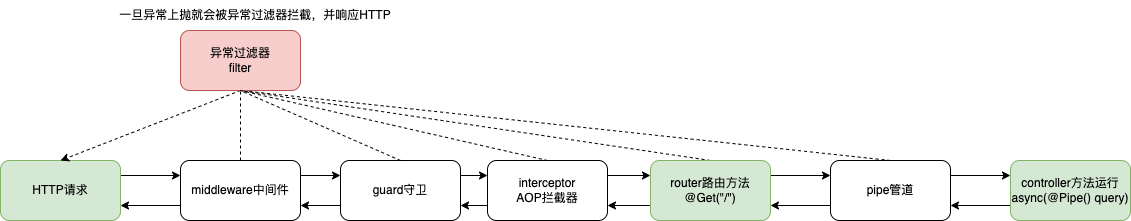
JYbill/draw keeps this draw.io diagram as nest:HTTP请求执行流程.drawio.png. Above is the earlier version. Source tidied: cells renumbered, new cells last; positions are measured from the earlier drawing's top-left corner, leaving out a move shared by most shapes.
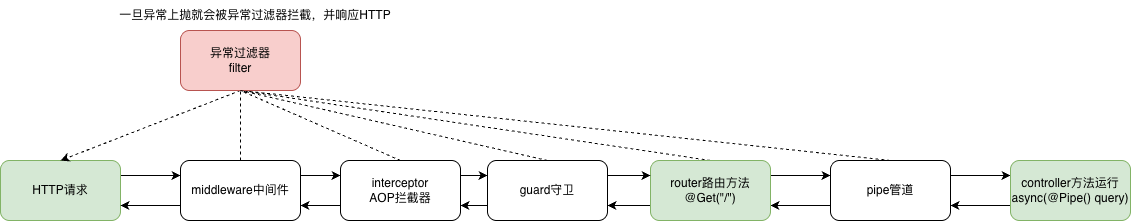
After the change.

Commit message:
更新nest:HTTP请求执行流程.drawio.png

What changed in the source:
```diff
@@ -38,7 +38,7 @@
     <mxCell id="13" style="edgeStyle=orthogonalEdgeStyle;rounded=0;jettySize=auto;html=1;exitX=0;exitY=0.75;exitDx=0;exitDy=0;entryX=1;entryY=0.75;entryDx=0;entryDy=0;" parent="1" edge="1" source="14" target="7">
       <mxGeometry relative="1" as="geometry" />
     </mxCell>
-    <mxCell id="14" value="guard守卫" style="rounded=1;whiteSpace=wrap;html=1;" parent="1" vertex="1">
+    <mxCell id="14" value="interceptor&lt;br&gt;AOP拦截器" style="rounded=1;whiteSpace=wrap;html=1;" parent="1" vertex="1">
       <mxGeometry x="340" y="160" width="120" height="60" as="geometry" />
     </mxCell>
     <mxCell id="15" style="rounded=0;jettySize=auto;html=1;exitX=0.5;exitY=0;exitDx=0;exitDy=0;entryX=0.5;entryY=1;entryDx=0;entryDy=0;dashed=1;endArrow=none;endFill=0;" parent="1" edge="1" source="18" target="20">
@@ -74,7 +74,7 @@
     <mxCell id="25" style="rounded=0;jettySize=auto;html=1;exitX=0.5;exitY=0;exitDx=0;exitDy=0;entryX=0.5;entryY=1;entryDx=0;entryDy=0;endArrow=none;endFill=0;dashed=1;" parent="1" edge="1" source="26" target="20">
       <mxGeometry relative="1" as="geometry" />
     </mxCell>
-    <mxCell id="26" value="interceptor &lt;br&gt;AOP拦截器" style="rounded=1;whiteSpace=wrap;html=1;" parent="1" vertex="1">
+    <mxCell id="26" value="guard守卫" style="rounded=1;whiteSpace=wrap;html=1;" parent="1" vertex="1">
       <mxGeometry x="487" y="160" width="120" height="60" as="geometry" />
     </mxCell>
     <mxCell id="27" style="edgeStyle=orthogonalEdgeStyle;rounded=0;jettySize=auto;html=1;exitX=0;exitY=0.75;exitDx=0;exitDy=0;entryX=1;entryY=0.75;entryDx=0;entryDy=0;" parent="1" edge="1" source="28" target="11">
```
